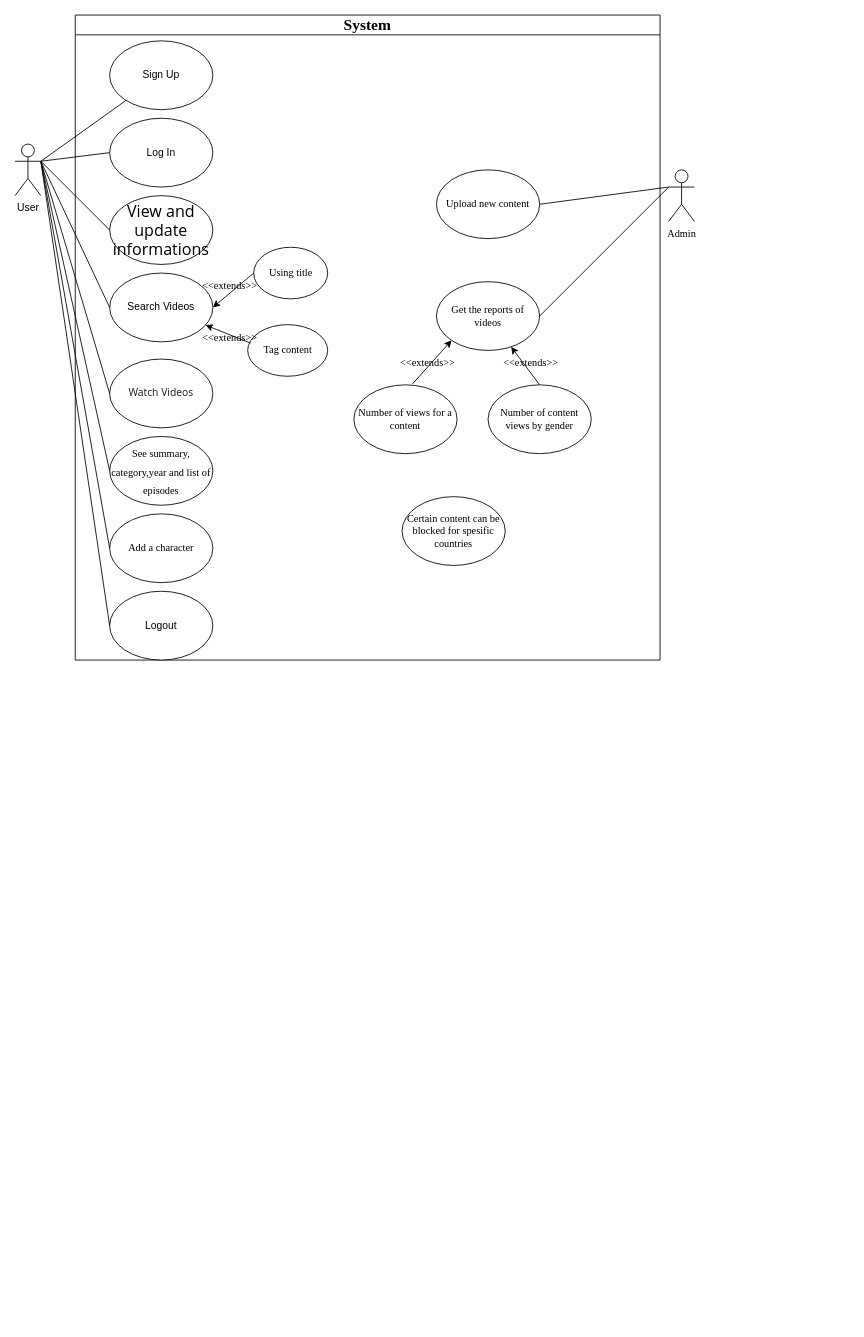
Above: Untitled Diagram.drawio in bsryzr/bsryzr (draw.io), before the change. Source tidied: cells renumbered, new cells numbered last; positions are measured from the earlier drawing's top-left corner, leaving out a move shared by most shapes. Both pictures are drawn from the tidied source at 86%, with x=0, y=0 at pixel (15, 15).
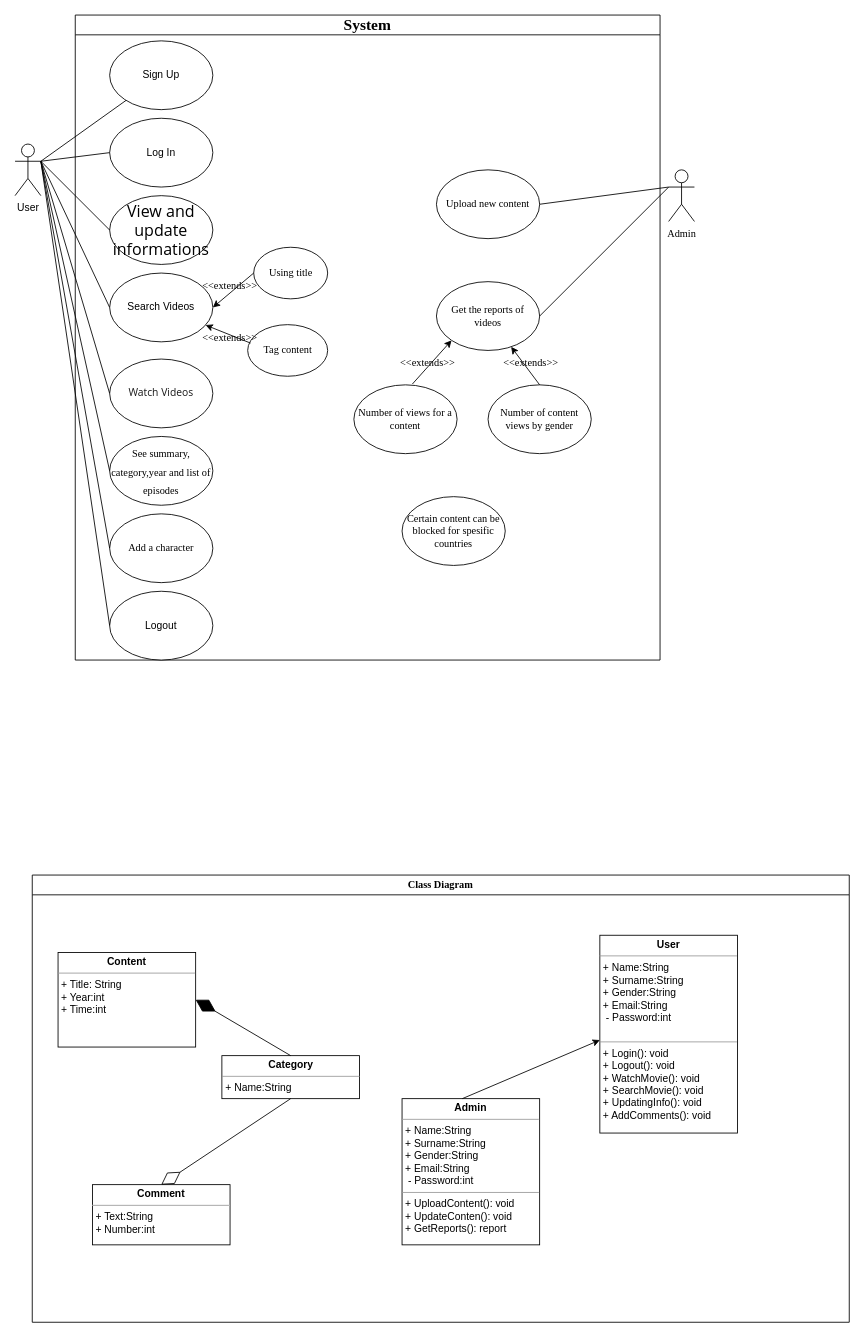
The same diagram, later.

Change to the diagram source:
```diff
@@
+    <mxCell id="38" value="Class Diagram" style="swimlane;whiteSpace=wrap;html=1;fontFamily=Times New Roman;fontSize=12;" parent="1" vertex="1">
+      <mxGeometry x="20" y="1000" width="950" height="520" as="geometry" />
+    </mxCell>
+    <mxCell id="39" value="&lt;p style=&quot;margin:0px;margin-top:4px;text-align:center;&quot;&gt;&lt;b&gt;Content&lt;/b&gt;&lt;/p&gt;&lt;hr size=&quot;1&quot;&gt;&lt;p style=&quot;margin:0px;margin-left:4px;&quot;&gt;+ Title: String&lt;/p&gt;&lt;p style=&quot;margin:0px;margin-left:4px;&quot;&gt;+ Year:int&lt;/p&gt;&lt;p style=&quot;margin:0px;margin-left:4px;&quot;&gt;+ Time:int&lt;/p&gt;&lt;p style=&quot;margin:0px;margin-left:4px;&quot;&gt;&lt;br&gt;&lt;/p&gt;" style="verticalAlign=top;align=left;overflow=fill;fontSize=12;fontFamily=Helvetica;html=1;" parent="38" vertex="1">
+      <mxGeometry x="30" y="90" width="160" height="110" as="geometry" />
+    </mxCell>
+    <mxCell id="40" value="&lt;p style=&quot;margin:0px;margin-top:4px;text-align:center;&quot;&gt;&lt;b&gt;Category&lt;/b&gt;&lt;/p&gt;&lt;hr size=&quot;1&quot;&gt;&lt;p style=&quot;margin:0px;margin-left:4px;&quot;&gt;+ Name:String&lt;/p&gt;&lt;hr size=&quot;1&quot;&gt;&lt;p style=&quot;margin:0px;margin-left:4px;&quot;&gt;&lt;br&gt;&lt;/p&gt;" style="verticalAlign=top;align=left;overflow=fill;fontSize=12;fontFamily=Helvetica;html=1;" parent="38" vertex="1">
+      <mxGeometry x="220.5" y="210" width="160" height="50" as="geometry" />
+    </mxCell>
+    <mxCell id="41" style="endArrow=diamondThin;endFill=1;endSize=24;html=1;rounded=0;fontFamily=Times New Roman;fontSize=12;exitX=0.5;exitY=0;exitDx=0;exitDy=0;entryX=1;entryY=0.5;entryDx=0;entryDy=0;" parent="38" edge="1" source="40" target="39">
+      <mxGeometry relative="1" as="geometry" />
+    </mxCell>
+    <mxCell id="42" value="&lt;p style=&quot;margin:0px;margin-top:4px;text-align:center;&quot;&gt;&lt;b&gt;Comment&lt;/b&gt;&lt;/p&gt;&lt;hr size=&quot;1&quot;&gt;&lt;p style=&quot;margin:0px;margin-left:4px;&quot;&gt;+ Text:String&lt;/p&gt;&lt;p style=&quot;margin:0px;margin-left:4px;&quot;&gt;+ Number:int&lt;/p&gt;" style="verticalAlign=top;align=left;overflow=fill;fontSize=12;fontFamily=Helvetica;html=1;" parent="38" vertex="1">
+      <mxGeometry x="70" y="360" width="160" height="70" as="geometry" />
+    </mxCell>
+    <mxCell id="43" style="endArrow=diamondThin;endFill=0;endSize=24;html=1;rounded=0;fontFamily=Times New Roman;fontSize=12;entryX=0.5;entryY=0;entryDx=0;entryDy=0;exitX=0.5;exitY=1;exitDx=0;exitDy=0;" parent="38" edge="1" source="40" target="42">
+      <mxGeometry relative="1" as="geometry" />
+    </mxCell>
+    <mxCell id="44" value="&lt;p style=&quot;margin:0px;margin-top:4px;text-align:center;&quot;&gt;&lt;b&gt;User&lt;/b&gt;&lt;/p&gt;&lt;hr size=&quot;1&quot;&gt;&lt;p style=&quot;margin:0px;margin-left:4px;&quot;&gt;+ Name:String&lt;/p&gt;&lt;p style=&quot;margin:0px;margin-left:4px;&quot;&gt;+ Surname:String&lt;/p&gt;&lt;p style=&quot;margin:0px;margin-left:4px;&quot;&gt;+ Gender:String&lt;/p&gt;&lt;p style=&quot;margin:0px;margin-left:4px;&quot;&gt;+ Email:String&lt;/p&gt;&lt;p style=&quot;margin:0px;margin-left:4px;&quot;&gt;&amp;nbsp;- Password:int&lt;/p&gt;&lt;p style=&quot;margin:0px;margin-left:4px;&quot;&gt;&lt;br&gt;&lt;/p&gt;&lt;hr size=&quot;1&quot;&gt;&lt;p style=&quot;margin:0px;margin-left:4px;&quot;&gt;+ Login(): void&lt;/p&gt;&lt;p style=&quot;margin:0px;margin-left:4px;&quot;&gt;+ Logout(): void&lt;/p&gt;&lt;p style=&quot;margin:0px;margin-left:4px;&quot;&gt;+ WatchMovie(): void&lt;/p&gt;&lt;p style=&quot;margin:0px;margin-left:4px;&quot;&gt;+ SearchMovie(): void&lt;/p&gt;&lt;p style=&quot;margin:0px;margin-left:4px;&quot;&gt;+ UpdatingInfo(): void&lt;/p&gt;&lt;p style=&quot;margin:0px;margin-left:4px;&quot;&gt;+ AddComments(): void&lt;/p&gt;&lt;p style=&quot;margin:0px;margin-left:4px;&quot;&gt;&lt;br&gt;&lt;/p&gt;" style="verticalAlign=top;align=left;overflow=fill;fontSize=12;fontFamily=Helvetica;html=1;" parent="38" vertex="1">
+      <mxGeometry x="660" y="70" width="160" height="230" as="geometry" />
+    </mxCell>
+    <mxCell id="45" value="&lt;p style=&quot;margin:0px;margin-top:4px;text-align:center;&quot;&gt;&lt;b&gt;Admin&lt;/b&gt;&lt;/p&gt;&lt;hr size=&quot;1&quot;&gt;&lt;p style=&quot;margin:0px;margin-left:4px;&quot;&gt;&lt;span style=&quot;background-color: initial;&quot;&gt;+ Name:String&lt;/span&gt;&lt;br&gt;&lt;/p&gt;&lt;p style=&quot;border-color: var(--border-color); margin: 0px 0px 0px 4px;&quot;&gt;+ Surname:String&lt;/p&gt;&lt;p style=&quot;border-color: var(--border-color); margin: 0px 0px 0px 4px;&quot;&gt;+ Gender:String&lt;/p&gt;&lt;p style=&quot;border-color: var(--border-color); margin: 0px 0px 0px 4px;&quot;&gt;+ Email:String&lt;/p&gt;&lt;p style=&quot;border-color: var(--border-color); margin: 0px 0px 0px 4px;&quot;&gt;&amp;nbsp;- Password:int&lt;/p&gt;&lt;hr size=&quot;1&quot;&gt;&lt;p style=&quot;margin:0px;margin-left:4px;&quot;&gt;+ UploadContent(): void&lt;/p&gt;&lt;p style=&quot;margin:0px;margin-left:4px;&quot;&gt;+ UpdateConten(): void&lt;/p&gt;&lt;p style=&quot;margin:0px;margin-left:4px;&quot;&gt;+ GetReports(): report&lt;/p&gt;" style="verticalAlign=top;align=left;overflow=fill;fontSize=12;fontFamily=Helvetica;html=1;" parent="38" vertex="1">
+      <mxGeometry x="430" y="260" width="160" height="170" as="geometry" />
+    </mxCell>
+    <mxCell id="46" style="endArrow=classic;html=1;rounded=0;fontFamily=Times New Roman;fontSize=12;exitX=0.438;exitY=0;exitDx=0;exitDy=0;exitPerimeter=0;entryX=0;entryY=0.53;entryDx=0;entryDy=0;entryPerimeter=0;" parent="38" edge="1" source="45" target="44">
+      <mxGeometry relative="1" as="geometry" />
+    </mxCell>
```
